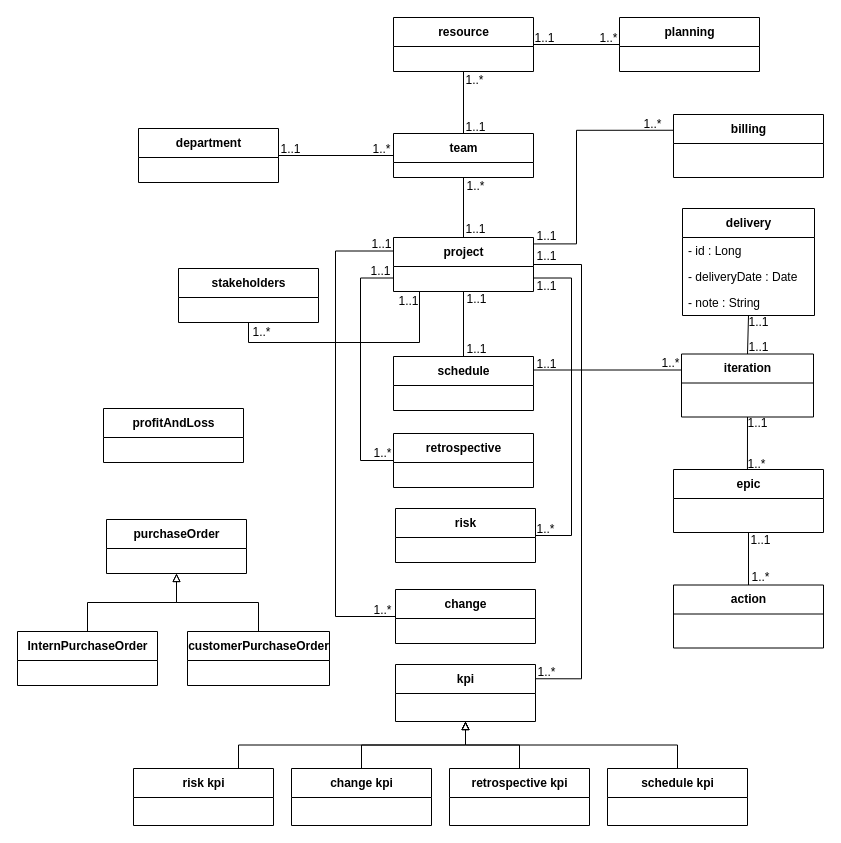
Earlier version of the draw.io diagram Domain Class Diagram.drawio (ZidiMedAmine/UML). Source tidied: cells renumbered, new cells numbered last; positions are measured from the earlier drawing's top-left corner, leaving out a move shared by most shapes. Both pictures are drawn from the tidied source at 100%, with x=0, y=0 at pixel (17, 17).
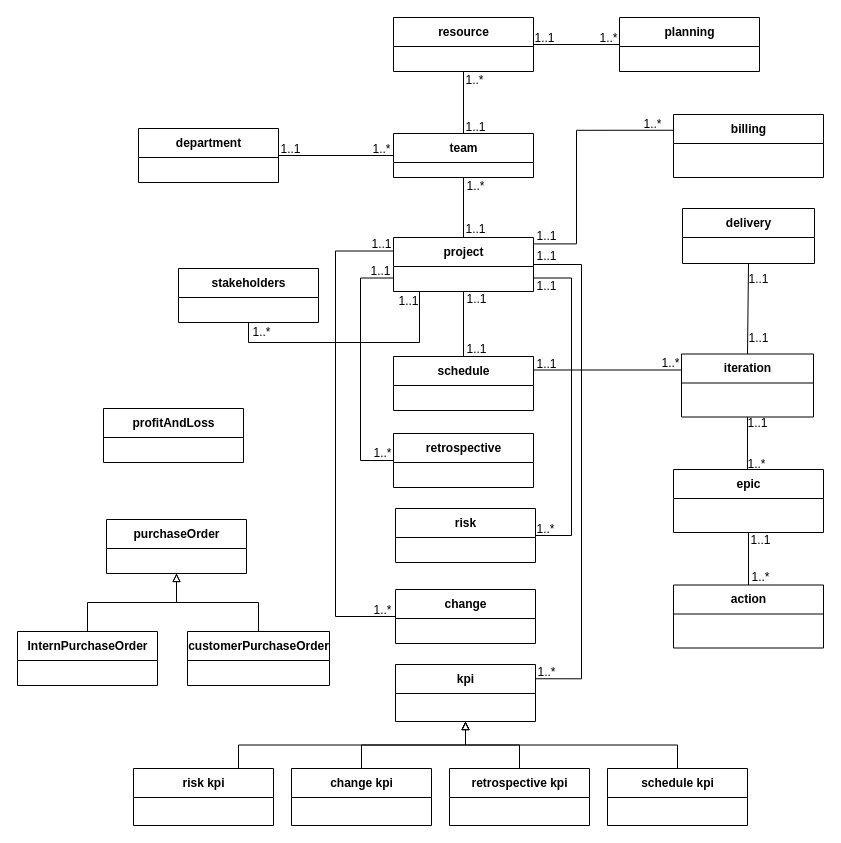
Above is the later version.

Diff of the diagram source:
```diff
@@
     <mxCell id="70" value="delivery" style="swimlane;fontStyle=1;align=center;verticalAlign=middle;horizontal=1;startSize=29;html=1;fontSize=12;labelPosition=center;verticalLabelPosition=middle;" parent="1" vertex="1">
-      <mxGeometry x="665" y="191" width="132" height="107" as="geometry" />
+      <mxGeometry x="665" y="191" width="132" height="55" as="geometry" />
     </mxCell>
-    <mxCell id="71" value="- id : Long" style="text;strokeColor=none;fillColor=none;align=left;verticalAlign=top;spacingLeft=4;spacingRight=4;overflow=hidden;shadow=0;labelBackgroundColor=none;fontFamily=Helvetica;fontSize=12;fontColor=default;" parent="70" vertex="1">
-      <mxGeometry y="29" width="132" height="26" as="geometry" />
-    </mxCell>
-    <mxCell id="72" value="- deliveryDate : Date" style="text;strokeColor=none;fillColor=none;align=left;verticalAlign=top;spacingLeft=4;spacingRight=4;overflow=hidden;shadow=0;labelBackgroundColor=none;fontFamily=Helvetica;fontSize=12;fontColor=default;" parent="70" vertex="1">
-      <mxGeometry y="55" width="132" height="26" as="geometry" />
-    </mxCell>
-    <mxCell id="73" value="- note : String" style="text;strokeColor=none;fillColor=none;align=left;verticalAlign=top;spacingLeft=4;spacingRight=4;overflow=hidden;shadow=0;labelBackgroundColor=none;fontFamily=Helvetica;fontSize=12;fontColor=default;" parent="70" vertex="1">
-      <mxGeometry y="81" width="132" height="26" as="geometry" />
-    </mxCell>
```
